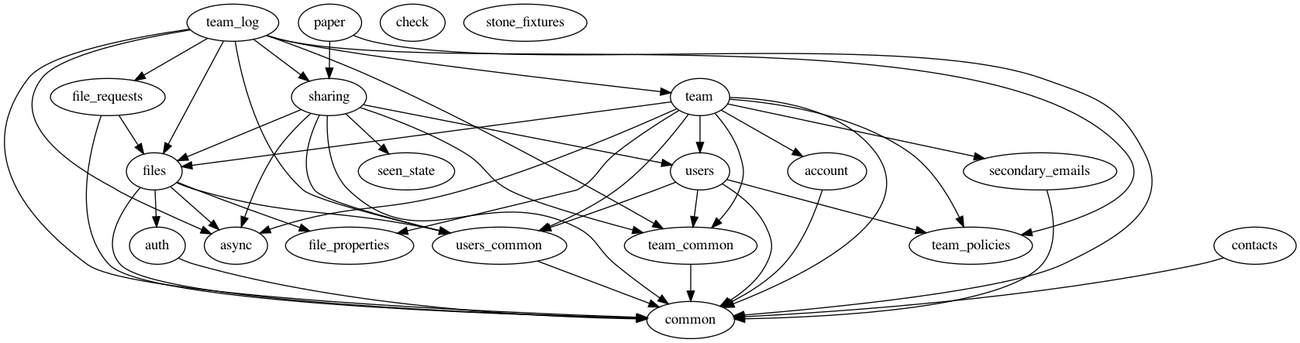
This is namespaces.dot.png from dropbox/dropbox-sdk-rust, a Graphviz export, as it was before one commit. Its source is kept beside it as namespaces.dot.
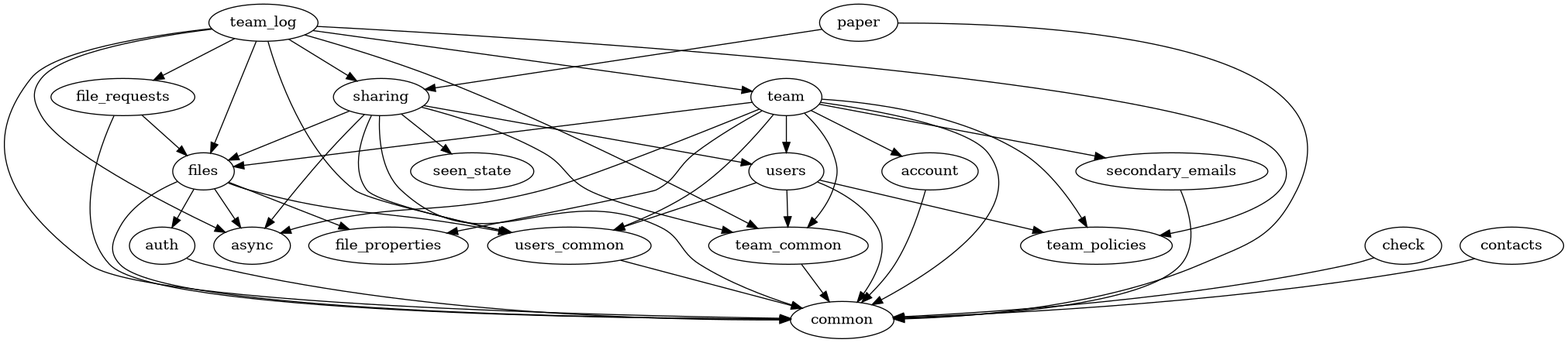
After the commit.

Diff of the diagram source:
```diff
@@ -2,7 +2,7 @@
     account -> { common };
     async;
     auth -> { common };
-    check;
+    check -> { common };
     common;
     contacts -> { common };
     file_properties;
@@ -12,7 +12,6 @@
     secondary_emails -> { common };
     seen_state;
     sharing -> { async common files seen_state team_common users users_common };
-    stone_fixtures;
     team -> { account async common file_properties files secondary_emails team_common team_policies users users_common };
     team_common -> { common };
     team_log -> { async common file_requests files sharing team team_common team_policies users_common };
```
